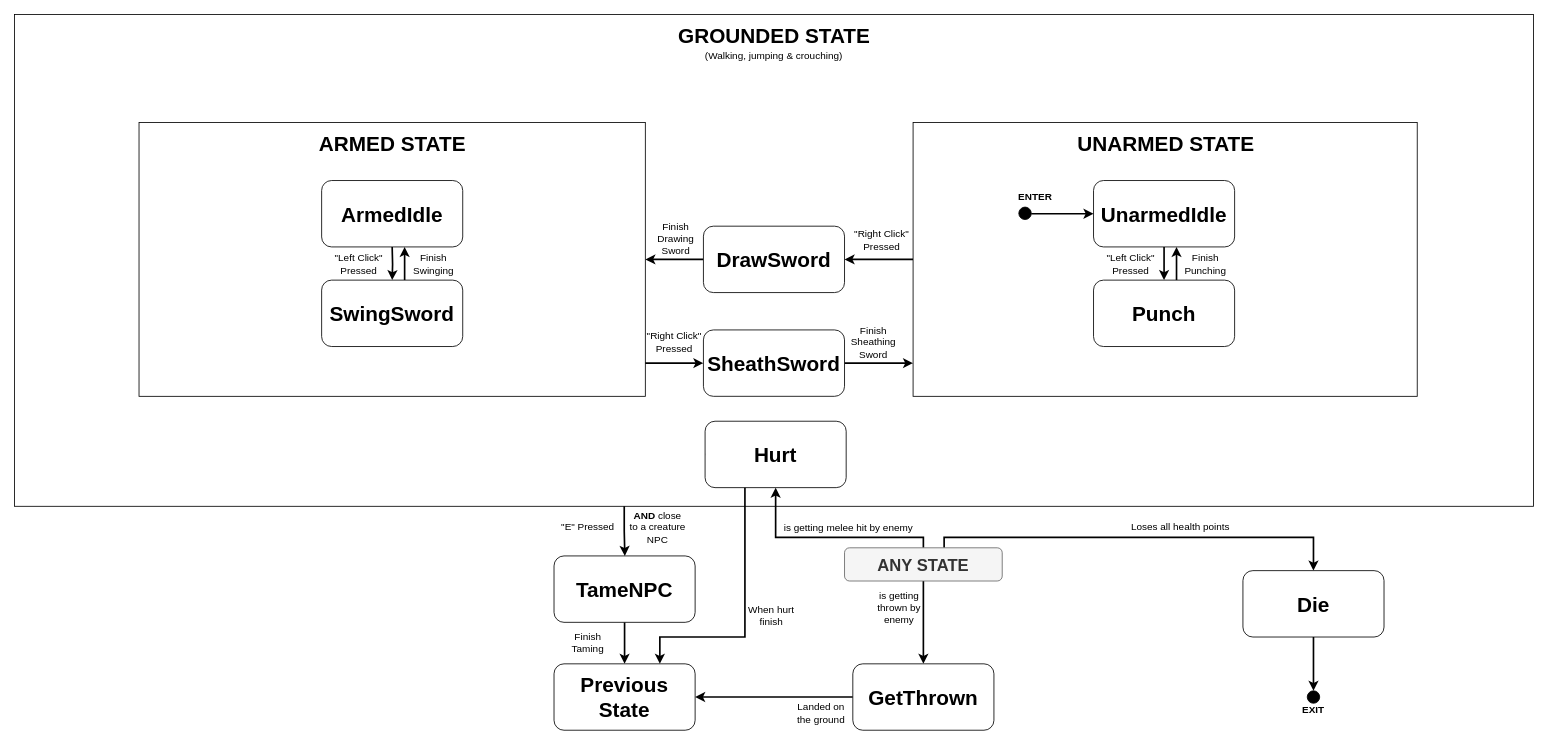
Earlier version of the draw.io diagram page "Page-2" (1 of 2) of player_fsm.drawio (Aster0/GMAI_Project). Source tidied: cells renumbered, new cells numbered last; positions are measured from the earlier drawing's top-left corner, leaving out a move shared by most shapes. Both pictures are drawn from the tidied source at 83%, with x=0, y=0 at pixel (14, 14).
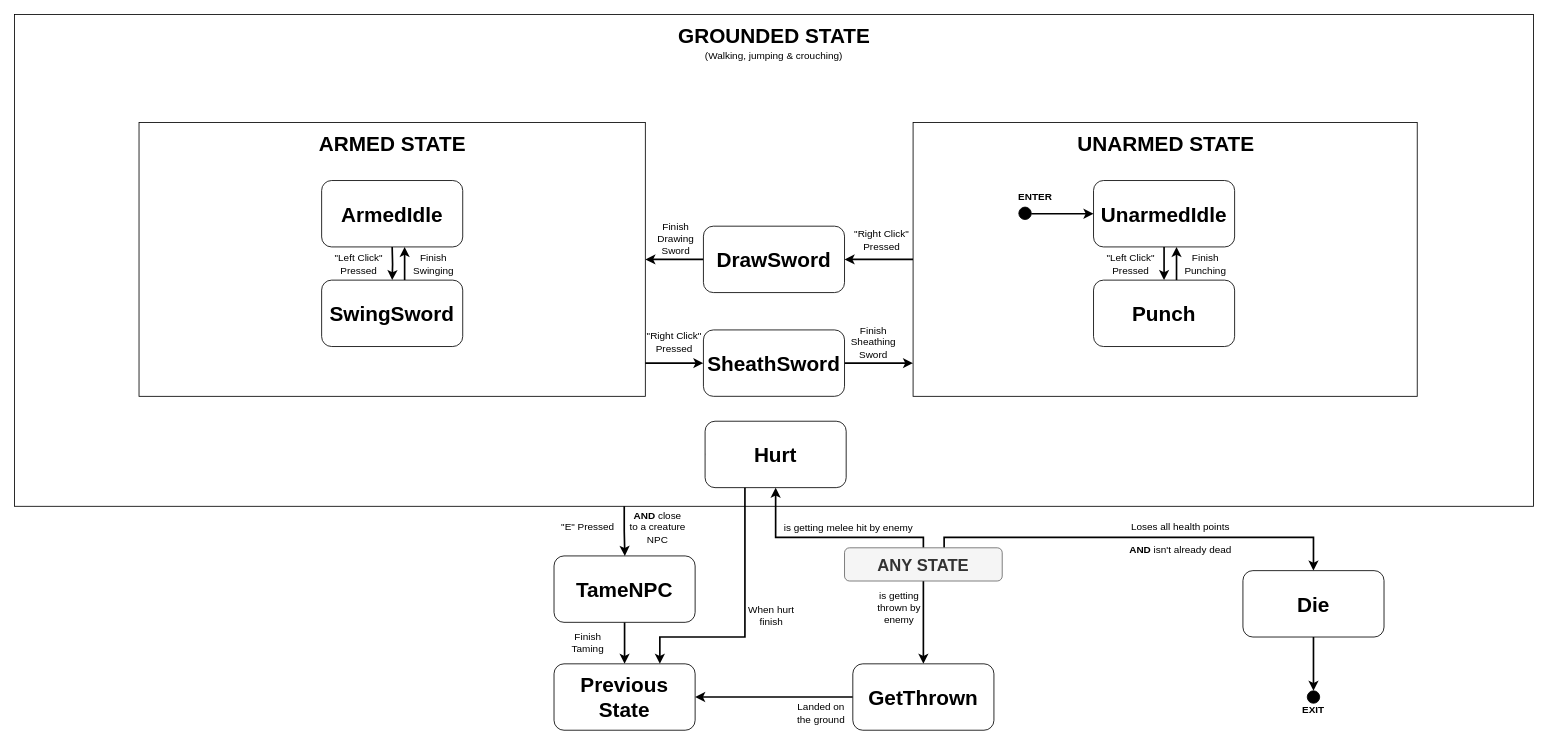
Above is the later version.

Diff of the diagram source:
```diff
@@
+    <mxCell id="58" value="&lt;b&gt;AND &lt;/b&gt;isn't already dead" style="text;html=1;strokeColor=none;fillColor=none;align=center;verticalAlign=middle;whiteSpace=wrap;rounded=0;fontSize=12;" parent="1" vertex="1">
+      <mxGeometry x="1320" y="620" width="170" height="50" as="geometry" />
+    </mxCell>
```
